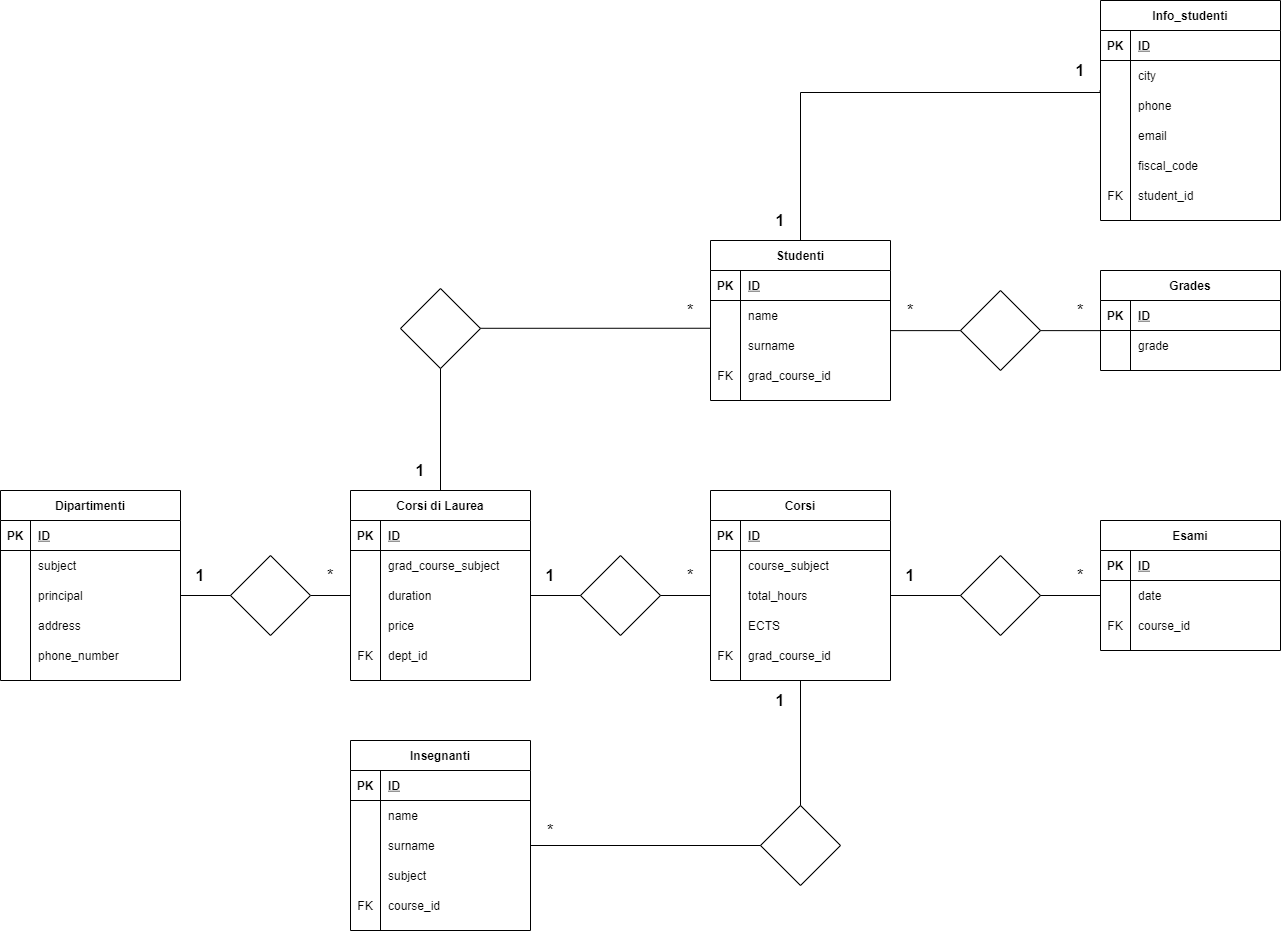
Earlier version of the draw.io export Uni_db.png (Velerium/db-university). Source tidied: cells renumbered, new cells last; positions are measured from the earlier drawing's top-left corner, leaving out a move shared by most shapes.
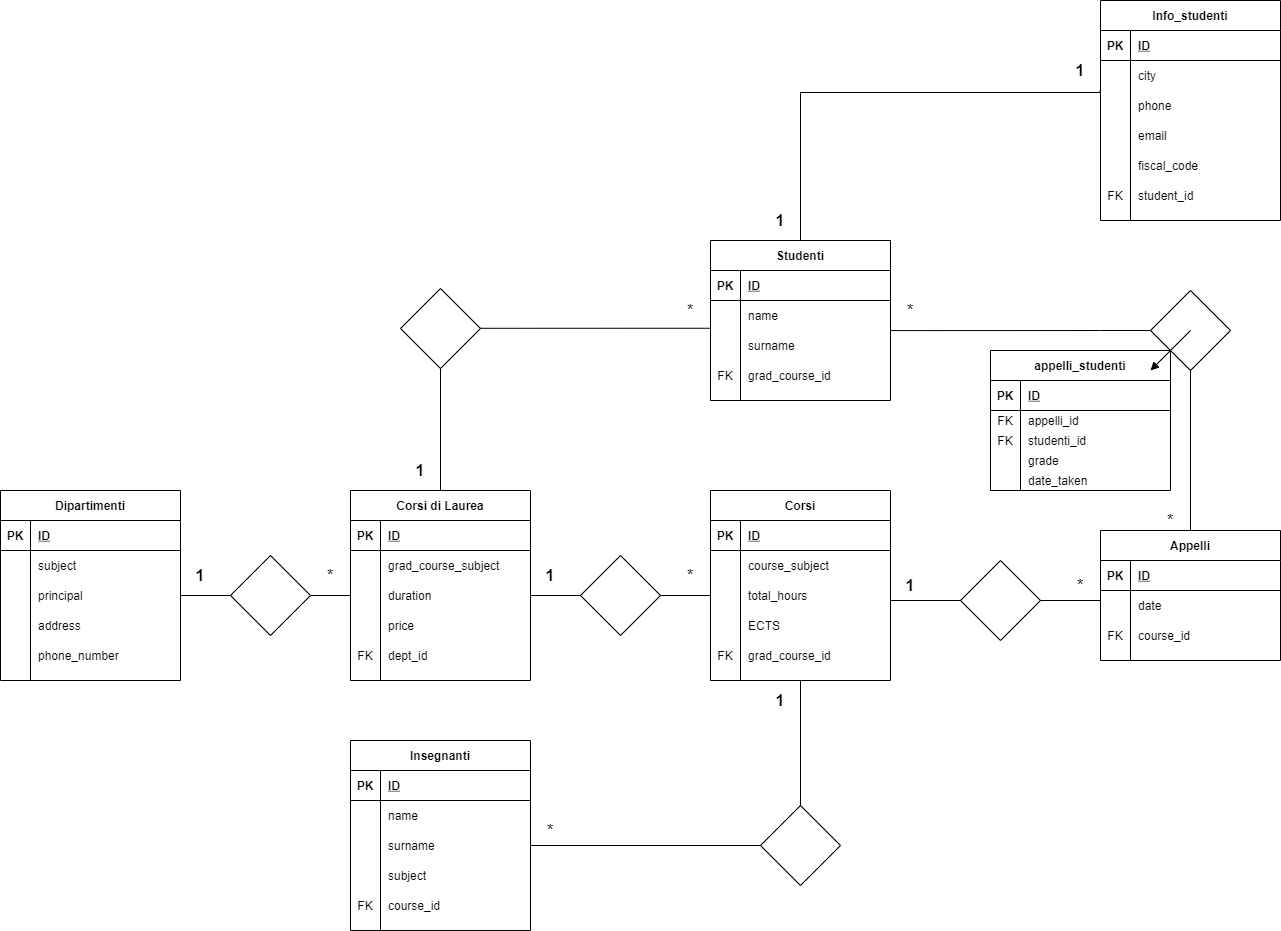
The same diagram one commit later.

Commit message:
Fixed wrong relation between exams and students. Thanks Alfredo!

Diff of the diagram source:
```diff
@@ -297,8 +297,8 @@
     <mxCell id="97" value="&lt;font style=&quot;font-size: 17px&quot;&gt;*&lt;/font&gt;" style="text;html=1;strokeColor=none;fillColor=none;align=center;verticalAlign=middle;whiteSpace=wrap;rounded=0;" parent="1" vertex="1">
       <mxGeometry x="530" y="820" width="40" height="20" as="geometry" />
     </mxCell>
-    <mxCell id="98" value="Esami" style="shape=table;startSize=30;rowLines=0;fontStyle=1;align=center;" parent="1" vertex="1">
-      <mxGeometry x="1100" y="520" width="180" height="130" as="geometry" />
+    <mxCell id="98" value="Appelli" style="shape=table;startSize=30;rowLines=0;fontStyle=1;align=center;" parent="1" vertex="1">
+      <mxGeometry x="1100" y="530" width="180" height="130" as="geometry" />
     </mxCell>
     <mxCell id="99" style="shape=partialRectangle;fillColor=none;top=0;left=0;bottom=1;right=0;" parent="98" vertex="1">
       <mxGeometry y="30" width="180" height="30" as="geometry" />
@@ -328,19 +328,24 @@
       <mxGeometry x="30" width="150" height="30" as="geometry" />
     </mxCell>
     <mxCell id="108" style="edgeStyle=orthogonalEdgeStyle;rounded=0;jettySize=auto;html=1;exitX=1;exitY=0.5;exitDx=0;exitDy=0;entryX=0;entryY=0.5;entryDx=0;entryDy=0;endArrow=none;endFill=0;strokeWidth=1;" parent="1" edge="1" source="48" target="102">
-      <mxGeometry relative="1" as="geometry" />
+      <mxGeometry relative="1" as="geometry">
+        <Array as="points">
+          <mxPoint x="890" y="600" />
+          <mxPoint x="1100" y="600" />
+        </Array>
+      </mxGeometry>
     </mxCell>
     <mxCell id="109" style="rhombus;whiteSpace=wrap;html=1;" parent="1" vertex="1">
-      <mxGeometry x="960" y="555" width="80" height="80" as="geometry" />
+      <mxGeometry x="960" y="560" width="80" height="80" as="geometry" />
     </mxCell>
     <mxCell id="110" value="&lt;b style=&quot;font-size: 16px&quot;&gt;1&lt;/b&gt;" style="text;html=1;strokeColor=none;fillColor=none;align=center;verticalAlign=middle;whiteSpace=wrap;rounded=0;" parent="1" vertex="1">
-      <mxGeometry x="890" y="565" width="40" height="20" as="geometry" />
+      <mxGeometry x="890" y="574.5" width="40" height="20" as="geometry" />
     </mxCell>
     <mxCell id="111" value="&lt;font style=&quot;font-size: 17px&quot;&gt;*&lt;/font&gt;" style="text;html=1;strokeColor=none;fillColor=none;align=center;verticalAlign=middle;whiteSpace=wrap;rounded=0;" parent="1" vertex="1">
-      <mxGeometry x="1060" y="565" width="40" height="20" as="geometry" />
+      <mxGeometry x="1060" y="575" width="40" height="20" as="geometry" />
     </mxCell>
-    <mxCell id="112" value="Grades" style="shape=table;startSize=30;rowLines=0;fontStyle=1;align=center;" parent="1" vertex="1">
-      <mxGeometry x="1100" y="270" width="180" height="100" as="geometry" />
+    <mxCell id="112" value="appelli_studenti" style="shape=table;startSize=30;rowLines=0;fontStyle=1;align=center;" parent="1" vertex="1">
+      <mxGeometry x="990" y="350" width="180" height="140" as="geometry" />
     </mxCell>
     <mxCell id="113" style="shape=partialRectangle;fillColor=none;top=0;left=0;bottom=1;right=0;" parent="112" vertex="1">
       <mxGeometry y="30" width="180" height="30" as="geometry" />
@@ -352,14 +357,41 @@
       <mxGeometry x="30" width="150" height="30" as="geometry" />
     </mxCell>
     <mxCell id="116" style="shape=partialRectangle;fillColor=none;top=0;left=0;bottom=0;right=0;points=[[0,0.5],[1,0.5]];portConstraint=eastwest;" parent="112" vertex="1">
-      <mxGeometry y="60" width="180" height="30" as="geometry" />
+      <mxGeometry y="60" width="180" height="20" as="geometry" />
     </mxCell>
-    <mxCell id="117" style="shape=partialRectangle;fillColor=none;top=0;left=0;bottom=0;right=0;overflow=hidden;" parent="116" vertex="1">
-      <mxGeometry width="30" height="30" as="geometry" />
+    <mxCell id="117" value="FK" style="shape=partialRectangle;fillColor=none;top=0;left=0;bottom=0;right=0;overflow=hidden;" parent="116" vertex="1">
+      <mxGeometry width="30" height="20" as="geometry" />
     </mxCell>
-    <mxCell id="118" value="grade" style="shape=partialRectangle;fillColor=none;top=0;left=0;bottom=0;right=0;align=left;spacingLeft=6;overflow=hidden;" parent="116" vertex="1">
-      <mxGeometry x="30" width="150" height="30" as="geometry" />
+    <mxCell id="118" value="appelli_id" style="shape=partialRectangle;fillColor=none;top=0;left=0;bottom=0;right=0;align=left;spacingLeft=6;overflow=hidden;" parent="116" vertex="1">
+      <mxGeometry x="30" width="150" height="20" as="geometry" />
     </mxCell>
+    <mxCell id="144" style="shape=partialRectangle;fillColor=none;top=0;left=0;bottom=0;right=0;" parent="112" vertex="1">
+      <mxGeometry y="80" width="180" height="20" as="geometry" />
+    </mxCell>
+    <mxCell id="145" value="FK" style="shape=partialRectangle;fillColor=none;top=0;left=0;bottom=0;right=0;overflow=hidden;" parent="144" vertex="1">
+      <mxGeometry width="30" height="20" as="geometry" />
+    </mxCell>
+    <mxCell id="146" value="studenti_id" style="shape=partialRectangle;fillColor=none;top=0;left=0;bottom=0;right=0;align=left;spacingLeft=6;overflow=hidden;" parent="144" vertex="1">
+      <mxGeometry x="30" width="150" height="20" as="geometry" />
+    </mxCell>
+    <mxCell id="147" style="shape=partialRectangle;fillColor=none;top=0;left=0;bottom=0;right=0;" parent="112" vertex="1">
+      <mxGeometry y="100" width="180" height="20" as="geometry" />
+    </mxCell>
+    <mxCell id="148" style="shape=partialRectangle;fillColor=none;top=0;left=0;bottom=0;right=0;overflow=hidden;" parent="147" vertex="1">
+      <mxGeometry width="30" height="20" as="geometry" />
+    </mxCell>
+    <mxCell id="149" value="grade" style="shape=partialRectangle;fillColor=none;top=0;left=0;bottom=0;right=0;align=left;spacingLeft=6;overflow=hidden;" parent="147" vertex="1">
+      <mxGeometry x="30" width="150" height="20" as="geometry" />
+    </mxCell>
+    <mxCell id="150" style="shape=partialRectangle;fillColor=none;top=0;left=0;bottom=0;right=0;" parent="112" vertex="1">
+      <mxGeometry y="120" width="180" height="20" as="geometry" />
+    </mxCell>
+    <mxCell id="151" style="shape=partialRectangle;fillColor=none;top=0;left=0;bottom=0;right=0;overflow=hidden;" parent="150" vertex="1">
+      <mxGeometry width="30" height="20" as="geometry" />
+    </mxCell>
+    <mxCell id="152" value="date_taken" style="shape=partialRectangle;fillColor=none;top=0;left=0;bottom=0;right=0;align=left;spacingLeft=6;overflow=hidden;" parent="150" vertex="1">
+      <mxGeometry x="30" width="150" height="20" as="geometry" />
+    </mxCell>
     <mxCell id="119" value="Info_studenti" style="shape=table;startSize=30;rowLines=0;fontStyle=1;align=center;" parent="1" vertex="1">
       <mxGeometry x="1100" width="180" height="220" as="geometry" />
     </mxCell>
@@ -417,17 +449,22 @@
     <mxCell id="137" value="student_id" style="shape=partialRectangle;fillColor=none;top=0;left=0;bottom=0;right=0;align=left;spacingLeft=6;overflow=hidden;" parent="135" vertex="1">
       <mxGeometry x="30" width="150" height="30" as="geometry" />
     </mxCell>
-    <mxCell id="138" style="endArrow=none;html=1;strokeColor=#000000;entryX=-0.002;entryY=0.004;entryDx=0;entryDy=0;entryPerimeter=0;exitX=1.001;exitY=0.004;exitDx=0;exitDy=0;exitPerimeter=0;" parent="1" edge="1" source="69" target="116">
-      <mxGeometry relative="1" as="geometry" />
+    <mxCell id="138" style="endArrow=none;html=1;strokeColor=#000000;entryX=0.5;entryY=0;entryDx=0;entryDy=0;exitX=1.001;exitY=0.004;exitDx=0;exitDy=0;exitPerimeter=0;rounded=0;" parent="1" edge="1" source="69" target="98">
+      <mxGeometry relative="1" as="geometry">
+        <Array as="points">
+          <mxPoint x="1100" y="330" />
+          <mxPoint x="1190" y="330" />
+        </Array>
+      </mxGeometry>
     </mxCell>
     <mxCell id="139" value="&lt;font style=&quot;font-size: 17px&quot;&gt;*&lt;/font&gt;" style="text;html=1;strokeColor=none;fillColor=none;align=center;verticalAlign=middle;whiteSpace=wrap;rounded=0;" parent="1" vertex="1">
-      <mxGeometry x="1060" y="300" width="40" height="20" as="geometry" />
+      <mxGeometry x="1150" y="510" width="40" height="20" as="geometry" />
     </mxCell>
     <mxCell id="140" value="&lt;font style=&quot;font-size: 17px&quot;&gt;*&lt;/font&gt;" style="text;html=1;strokeColor=none;fillColor=none;align=center;verticalAlign=middle;whiteSpace=wrap;rounded=0;" parent="1" vertex="1">
       <mxGeometry x="890" y="300" width="40" height="20" as="geometry" />
     </mxCell>
     <mxCell id="141" style="rhombus;whiteSpace=wrap;html=1;" parent="1" vertex="1">
-      <mxGeometry x="960" y="290" width="80" height="80" as="geometry" />
+      <mxGeometry x="1150" y="290" width="80" height="80" as="geometry" />
     </mxCell>
     <mxCell id="142" value="&lt;b style=&quot;font-size: 16px&quot;&gt;1&lt;/b&gt;" style="text;html=1;strokeColor=none;fillColor=none;align=center;verticalAlign=middle;whiteSpace=wrap;rounded=0;" parent="1" vertex="1">
       <mxGeometry x="1060" y="60" width="40" height="20" as="geometry" />
@@ -435,5 +472,11 @@
     <mxCell id="143" value="&lt;b style=&quot;font-size: 16px&quot;&gt;1&lt;/b&gt;" style="text;html=1;strokeColor=none;fillColor=none;align=center;verticalAlign=middle;whiteSpace=wrap;rounded=0;" parent="1" vertex="1">
       <mxGeometry x="760" y="210" width="40" height="20" as="geometry" />
     </mxCell>
+    <mxCell id="153" style="endArrow=none;html=1;endFill=0;startArrow=block;startFill=1;" parent="1" edge="1">
+      <mxGeometry relative="1" as="geometry">
+        <mxPoint x="1150" y="370" as="sourcePoint" />
+        <mxPoint x="1190" y="330" as="targetPoint" />
+      </mxGeometry>
+    </mxCell>
   </root>
 </mxGraphModel>
```
